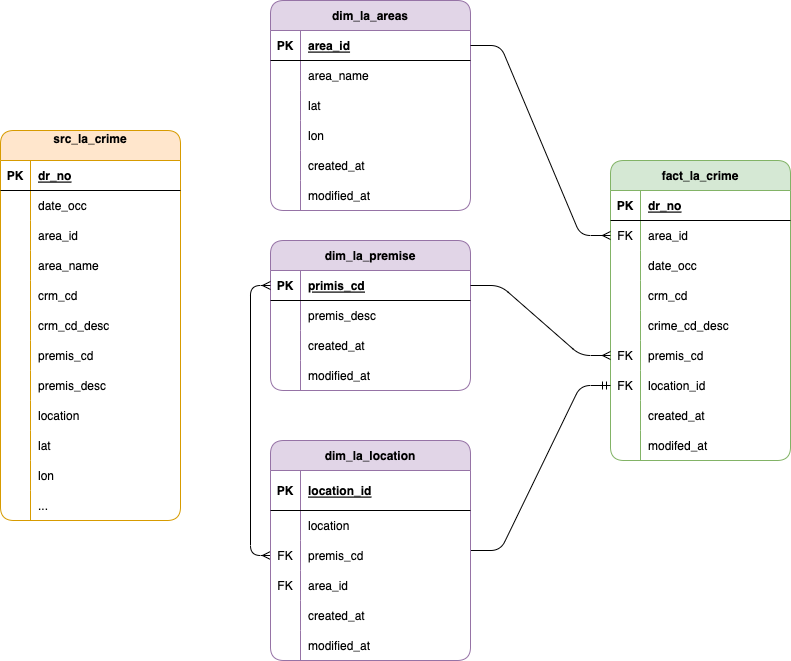
Before: img/LA_CRIME_ERD.png, a diagram exported from draw.io (Drewrwhite/team-week2). Source tidied: cells renumbered, new cells last; positions are measured from the earlier drawing's top-left corner, leaving out a move shared by most shapes.
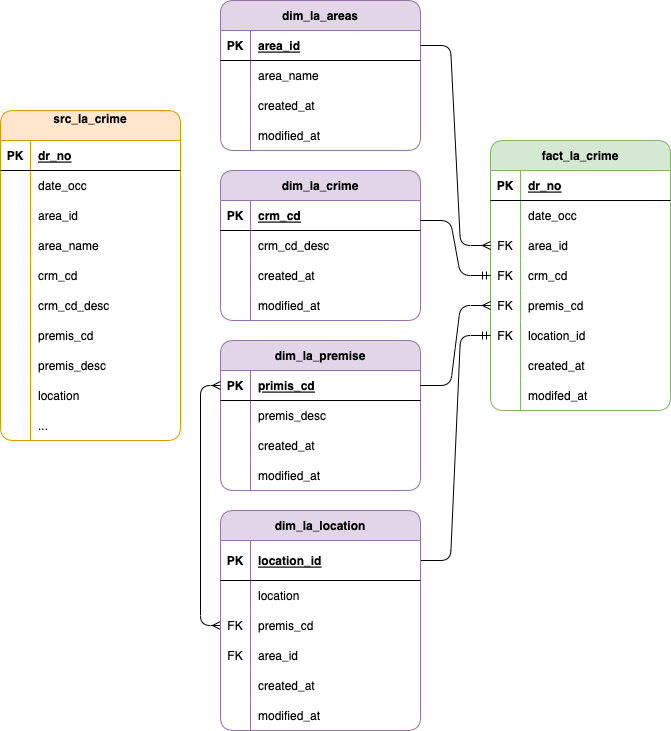
After the commit.

Commit message:
update data model

What changed in the source:
```diff
@@ -3,7 +3,7 @@
     <mxCell id="0" />
     <mxCell id="1" parent="0" />
     <mxCell id="2" value="dim_la_areas" style="shape=table;startSize=30;rowLines=0;fontStyle=1;align=center;fillColor=#e1d5e7;strokeColor=#9673a6;rounded=1;" parent="1" vertex="1">
-      <mxGeometry x="270" width="200" height="210" as="geometry" />
+      <mxGeometry x="270" y="20" width="200" height="150" as="geometry" />
     </mxCell>
     <mxCell id="3" style="shape=tableRow;horizontal=0;startSize=0;swimlaneHead=0;swimlaneBody=0;fillColor=none;points=[[0,0.5],[1,0.5]];portConstraint=eastwest;top=0;left=0;right=0;bottom=1;rounded=1;" parent="2" vertex="1">
       <mxGeometry y="30" width="200" height="30" as="geometry" />
@@ -23,26 +23,8 @@
     <mxCell id="8" value="area_name" style="shape=partialRectangle;fillColor=none;top=0;left=0;bottom=0;right=0;align=left;spacingLeft=6;overflow=hidden;rounded=1;" parent="6" vertex="1">
       <mxGeometry x="30" width="170" height="30" as="geometry" />
     </mxCell>
-    <mxCell id="9" style="shape=tableRow;horizontal=0;startSize=0;swimlaneHead=0;swimlaneBody=0;fillColor=none;top=0;left=0;right=0;bottom=0;rounded=1;" parent="2" vertex="1">
-      <mxGeometry y="90" width="200" height="30" as="geometry" />
-    </mxCell>
-    <mxCell id="10" style="shape=partialRectangle;fillColor=none;top=0;left=0;bottom=0;right=0;overflow=hidden;rounded=1;" parent="9" vertex="1">
-      <mxGeometry width="30" height="30" as="geometry" />
-    </mxCell>
-    <mxCell id="11" value="lat" style="shape=partialRectangle;fillColor=none;top=0;left=0;bottom=0;right=0;align=left;spacingLeft=6;overflow=hidden;rounded=1;" parent="9" vertex="1">
-      <mxGeometry x="30" width="170" height="30" as="geometry" />
-    </mxCell>
-    <mxCell id="12" style="shape=tableRow;horizontal=0;startSize=0;swimlaneHead=0;swimlaneBody=0;fillColor=none;top=0;left=0;right=0;bottom=0;rounded=1;" parent="2" vertex="1">
-      <mxGeometry y="120" width="200" height="30" as="geometry" />
-    </mxCell>
-    <mxCell id="13" style="shape=partialRectangle;fillColor=none;top=0;left=0;bottom=0;right=0;overflow=hidden;rounded=1;" parent="12" vertex="1">
-      <mxGeometry width="30" height="30" as="geometry" />
-    </mxCell>
-    <mxCell id="14" value="lon" style="shape=partialRectangle;fillColor=none;top=0;left=0;bottom=0;right=0;align=left;spacingLeft=6;overflow=hidden;labelBackgroundColor=default;rounded=1;" parent="12" vertex="1">
-      <mxGeometry x="30" width="170" height="30" as="geometry" />
-    </mxCell>
     <mxCell id="15" style="shape=tableRow;horizontal=0;startSize=0;swimlaneHead=0;swimlaneBody=0;fillColor=none;top=0;left=0;right=0;bottom=0;rounded=1;" parent="2" vertex="1">
-      <mxGeometry y="150" width="200" height="30" as="geometry" />
+      <mxGeometry y="90" width="200" height="30" as="geometry" />
     </mxCell>
     <mxCell id="16" style="shape=partialRectangle;fillColor=none;top=0;left=0;bottom=0;right=0;overflow=hidden;rounded=1;" parent="15" vertex="1">
       <mxGeometry width="30" height="30" as="geometry" />
@@ -51,7 +33,7 @@
       <mxGeometry x="30" width="170" height="30" as="geometry" />
     </mxCell>
     <mxCell id="18" style="shape=tableRow;horizontal=0;startSize=0;swimlaneHead=0;swimlaneBody=0;fillColor=none;top=0;left=0;right=0;bottom=0;rounded=1;" parent="2" vertex="1">
-      <mxGeometry y="180" width="200" height="30" as="geometry" />
+      <mxGeometry y="120" width="200" height="30" as="geometry" />
     </mxCell>
     <mxCell id="19" style="shape=partialRectangle;fillColor=none;top=0;left=0;bottom=0;right=0;overflow=hidden;rounded=1;" parent="18" vertex="1">
       <mxGeometry width="30" height="30" as="geometry" />
@@ -60,7 +42,7 @@
       <mxGeometry x="30" width="170" height="30" as="geometry" />
     </mxCell>
     <mxCell id="21" value="fact_la_crime" style="shape=table;startSize=30;rowLines=0;fontStyle=1;align=center;fillColor=#d5e8d4;strokeColor=#82b366;rounded=1;" parent="1" vertex="1">
-      <mxGeometry x="610" y="160" width="180" height="300" as="geometry" />
+      <mxGeometry x="540" y="160" width="180" height="270" as="geometry" />
     </mxCell>
     <mxCell id="22" style="shape=tableRow;horizontal=0;startSize=0;swimlaneHead=0;swimlaneBody=0;fillColor=none;top=0;left=0;right=0;bottom=1;rounded=1;" parent="21" vertex="1">
       <mxGeometry y="30" width="180" height="30" as="geometry" />
@@ -71,8 +53,17 @@
     <mxCell id="24" value="dr_no" style="shape=partialRectangle;fillColor=none;top=0;left=0;bottom=0;right=0;align=left;spacingLeft=6;fontStyle=5;overflow=hidden;rounded=1;" parent="22" vertex="1">
       <mxGeometry x="30" width="150" height="30" as="geometry" />
     </mxCell>
+    <mxCell id="28" style="shape=tableRow;horizontal=0;startSize=0;swimlaneHead=0;swimlaneBody=0;fillColor=none;top=0;left=0;right=0;bottom=0;rounded=1;" parent="21" vertex="1">
+      <mxGeometry y="60" width="180" height="30" as="geometry" />
+    </mxCell>
+    <mxCell id="29" style="shape=partialRectangle;fillColor=none;top=0;left=0;bottom=0;right=0;overflow=hidden;rounded=1;" parent="28" vertex="1">
+      <mxGeometry width="30" height="30" as="geometry" />
+    </mxCell>
+    <mxCell id="30" value="date_occ" style="shape=partialRectangle;fillColor=none;top=0;left=0;bottom=0;right=0;align=left;spacingLeft=6;overflow=hidden;rounded=1;" parent="28" vertex="1">
+      <mxGeometry x="30" width="150" height="30" as="geometry" />
+    </mxCell>
     <mxCell id="25" style="shape=tableRow;horizontal=0;startSize=0;swimlaneHead=0;swimlaneBody=0;fillColor=none;points=[[0,0.5],[1,0.5]];portConstraint=eastwest;top=0;left=0;right=0;bottom=0;rounded=1;" parent="21" vertex="1">
-      <mxGeometry y="60" width="180" height="30" as="geometry" />
+      <mxGeometry y="90" width="180" height="30" as="geometry" />
     </mxCell>
     <mxCell id="26" value="FK" style="shape=partialRectangle;fillColor=none;top=0;left=0;bottom=0;right=0;overflow=hidden;rounded=1;" parent="25" vertex="1">
       <mxGeometry width="30" height="30" as="geometry" />
@@ -80,35 +71,17 @@
     <mxCell id="27" value="area_id" style="shape=partialRectangle;fillColor=none;top=0;left=0;bottom=0;right=0;align=left;spacingLeft=6;overflow=hidden;rounded=1;" parent="25" vertex="1">
       <mxGeometry x="30" width="150" height="30" as="geometry" />
     </mxCell>
-    <mxCell id="28" style="shape=tableRow;horizontal=0;startSize=0;swimlaneHead=0;swimlaneBody=0;fillColor=none;top=0;left=0;right=0;bottom=0;rounded=1;" parent="21" vertex="1">
-      <mxGeometry y="90" width="180" height="30" as="geometry" />
-    </mxCell>
-    <mxCell id="29" style="shape=partialRectangle;fillColor=none;top=0;left=0;bottom=0;right=0;overflow=hidden;rounded=1;" parent="28" vertex="1">
-      <mxGeometry width="30" height="30" as="geometry" />
-    </mxCell>
-    <mxCell id="30" value="date_occ" style="shape=partialRectangle;fillColor=none;top=0;left=0;bottom=0;right=0;align=left;spacingLeft=6;overflow=hidden;rounded=1;" parent="28" vertex="1">
-      <mxGeometry x="30" width="150" height="30" as="geometry" />
-    </mxCell>
     <mxCell id="31" style="shape=tableRow;horizontal=0;startSize=0;swimlaneHead=0;swimlaneBody=0;fillColor=none;points=[[0,0.5],[1,0.5]];portConstraint=eastwest;top=0;left=0;right=0;bottom=0;rounded=1;" parent="21" vertex="1">
       <mxGeometry y="120" width="180" height="30" as="geometry" />
     </mxCell>
-    <mxCell id="32" style="shape=partialRectangle;fillColor=none;top=0;left=0;bottom=0;right=0;overflow=hidden;rounded=1;" parent="31" vertex="1">
+    <mxCell id="32" value="FK" style="shape=partialRectangle;fillColor=none;top=0;left=0;bottom=0;right=0;overflow=hidden;rounded=1;" parent="31" vertex="1">
       <mxGeometry width="30" height="30" as="geometry" />
     </mxCell>
     <mxCell id="33" value="crm_cd" style="shape=partialRectangle;fillColor=none;top=0;left=0;bottom=0;right=0;align=left;spacingLeft=6;overflow=hidden;rounded=1;" parent="31" vertex="1">
       <mxGeometry x="30" width="150" height="30" as="geometry" />
     </mxCell>
-    <mxCell id="34" style="shape=tableRow;horizontal=0;startSize=0;swimlaneHead=0;swimlaneBody=0;fillColor=none;top=0;left=0;right=0;bottom=0;rounded=1;" parent="21" vertex="1">
-      <mxGeometry y="150" width="180" height="30" as="geometry" />
-    </mxCell>
-    <mxCell id="35" style="shape=partialRectangle;fillColor=none;top=0;left=0;bottom=0;right=0;overflow=hidden;rounded=1;" parent="34" vertex="1">
-      <mxGeometry width="30" height="30" as="geometry" />
-    </mxCell>
-    <mxCell id="36" value="crime_cd_desc" style="shape=partialRectangle;fillColor=none;top=0;left=0;bottom=0;right=0;align=left;spacingLeft=6;overflow=hidden;rounded=1;" parent="34" vertex="1">
-      <mxGeometry x="30" width="150" height="30" as="geometry" />
-    </mxCell>
     <mxCell id="37" style="shape=tableRow;horizontal=0;startSize=0;swimlaneHead=0;swimlaneBody=0;fillColor=none;points=[[0,0.5],[1,0.5]];portConstraint=eastwest;top=0;left=0;right=0;bottom=0;rounded=1;" parent="21" vertex="1">
-      <mxGeometry y="180" width="180" height="30" as="geometry" />
+      <mxGeometry y="150" width="180" height="30" as="geometry" />
     </mxCell>
     <mxCell id="38" value="FK" style="shape=partialRectangle;fillColor=none;top=0;left=0;bottom=0;right=0;overflow=hidden;rounded=1;" parent="37" vertex="1">
       <mxGeometry width="30" height="30" as="geometry" />
@@ -117,7 +90,7 @@
       <mxGeometry x="30" width="150" height="30" as="geometry" />
     </mxCell>
     <mxCell id="40" style="shape=tableRow;horizontal=0;startSize=0;swimlaneHead=0;swimlaneBody=0;fillColor=none;points=[[0,0.5],[1,0.5]];portConstraint=eastwest;top=0;left=0;right=0;bottom=0;rounded=1;" parent="21" vertex="1">
-      <mxGeometry y="210" width="180" height="30" as="geometry" />
+      <mxGeometry y="180" width="180" height="30" as="geometry" />
     </mxCell>
     <mxCell id="41" value="FK" style="shape=partialRectangle;fillColor=none;top=0;left=0;bottom=0;right=0;overflow=hidden;rounded=1;" parent="40" vertex="1">
       <mxGeometry width="30" height="30" as="geometry" />
@@ -126,7 +99,7 @@
       <mxGeometry x="30" width="150" height="30" as="geometry" />
     </mxCell>
     <mxCell id="43" style="shape=tableRow;horizontal=0;startSize=0;swimlaneHead=0;swimlaneBody=0;fillColor=none;top=0;left=0;right=0;bottom=0;rounded=1;" parent="21" vertex="1">
-      <mxGeometry y="240" width="180" height="30" as="geometry" />
+      <mxGeometry y="210" width="180" height="30" as="geometry" />
     </mxCell>
     <mxCell id="44" style="shape=partialRectangle;fillColor=none;top=0;left=0;bottom=0;right=0;overflow=hidden;rounded=1;" parent="43" vertex="1">
       <mxGeometry width="30" height="30" as="geometry" />
@@ -135,7 +108,7 @@
       <mxGeometry x="30" width="150" height="30" as="geometry" />
     </mxCell>
     <mxCell id="46" style="shape=tableRow;horizontal=0;startSize=0;swimlaneHead=0;swimlaneBody=0;fillColor=none;top=0;left=0;right=0;bottom=0;rounded=1;" parent="21" vertex="1">
-      <mxGeometry y="270" width="180" height="30" as="geometry" />
+      <mxGeometry y="240" width="180" height="30" as="geometry" />
     </mxCell>
     <mxCell id="47" style="shape=partialRectangle;fillColor=none;top=0;left=0;bottom=0;right=0;overflow=hidden;rounded=1;" parent="46" vertex="1">
       <mxGeometry width="30" height="30" as="geometry" />
@@ -144,7 +117,7 @@
       <mxGeometry x="30" width="150" height="30" as="geometry" />
     </mxCell>
     <mxCell id="49" value="dim_la_premise" style="shape=table;startSize=30;rowLines=0;fontStyle=1;align=center;fillColor=#e1d5e7;strokeColor=#9673a6;rounded=1;" parent="1" vertex="1">
-      <mxGeometry x="270" y="240" width="200" height="150" as="geometry" />
+      <mxGeometry x="270" y="360" width="200" height="150" as="geometry" />
     </mxCell>
     <mxCell id="50" style="shape=tableRow;horizontal=0;startSize=0;swimlaneHead=0;swimlaneBody=0;fillColor=none;points=[[0,0.5],[1,0.5]];portConstraint=eastwest;top=0;left=0;right=0;bottom=1;rounded=1;" parent="49" vertex="1">
       <mxGeometry y="30" width="200" height="30" as="geometry" />
@@ -185,7 +158,7 @@
     <mxCell id="62" style="edgeStyle=entityRelationEdgeStyle;fontSize=12;html=1;endArrow=ERmany;endFill=0;rounded=1;entryX=0;entryY=0.5;entryDx=0;entryDy=0;" parent="1" edge="1" source="50" target="37">
       <mxGeometry relative="1" as="geometry" />
     </mxCell>
-    <mxCell id="63" style="edgeStyle=entityRelationEdgeStyle;fontSize=12;html=1;endArrow=ERmandOne;startArrow=none;rounded=1;entryX=0;entryY=0.5;entryDx=0;entryDy=0;" parent="1" edge="1" source="66" target="40">
+    <mxCell id="63" style="edgeStyle=entityRelationEdgeStyle;fontSize=12;html=1;endArrow=ERmandOne;startArrow=none;rounded=1;entryX=0;entryY=0.5;entryDx=0;entryDy=0;exitX=1;exitY=0.5;exitDx=0;exitDy=0;" parent="1" edge="1" source="67" target="40">
       <mxGeometry relative="1" as="geometry" />
     </mxCell>
     <mxCell id="64" style="edgeStyle=elbowEdgeStyle;fontSize=12;html=1;endArrow=ERmany;startArrow=ERmany;rounded=1;entryX=0;entryY=0.5;entryDx=0;entryDy=0;exitX=0;exitY=0.5;exitDx=0;exitDy=0;" parent="1" edge="1" source="73" target="50">
@@ -199,7 +172,7 @@
       <mxGeometry relative="1" as="geometry" />
     </mxCell>
     <mxCell id="66" value="dim_la_location" style="shape=table;startSize=30;rowLines=0;fontStyle=1;align=center;fillColor=#e1d5e7;strokeColor=#9673a6;rounded=1;" parent="1" vertex="1">
-      <mxGeometry x="270" y="440" width="200" height="220" as="geometry" />
+      <mxGeometry x="270" y="530" width="200" height="220" as="geometry" />
     </mxCell>
     <mxCell id="67" style="shape=tableRow;horizontal=0;startSize=0;swimlaneHead=0;swimlaneBody=0;fillColor=none;points=[[0,0.5],[1,0.5]];portConstraint=eastwest;top=0;left=0;right=0;bottom=1;rounded=1;" parent="66" vertex="1">
       <mxGeometry y="30" width="200" height="40" as="geometry" />
@@ -256,7 +229,7 @@
       <mxGeometry x="30" width="170" height="30" as="geometry" />
     </mxCell>
     <mxCell id="85" value="src_la_crime&#10;" style="shape=table;startSize=30;rowLines=0;fontStyle=1;align=center;fillColor=#ffe6cc;strokeColor=#d79b00;rounded=1;" parent="1" vertex="1">
-      <mxGeometry y="130" width="180" height="390" as="geometry" />
+      <mxGeometry x="50" y="130" width="180" height="330" as="geometry" />
     </mxCell>
     <mxCell id="86" style="shape=tableRow;horizontal=0;startSize=0;swimlaneHead=0;swimlaneBody=0;fillColor=none;top=0;left=0;right=0;bottom=1;rounded=1;" parent="85" vertex="1">
       <mxGeometry y="30" width="180" height="30" as="geometry" />
@@ -339,26 +312,8 @@
     <mxCell id="112" value="location" style="shape=partialRectangle;fillColor=none;top=0;left=0;bottom=0;right=0;align=left;spacingLeft=6;overflow=hidden;rounded=1;" parent="110" vertex="1">
       <mxGeometry x="30" width="150" height="30" as="geometry" />
     </mxCell>
-    <mxCell id="113" style="shape=tableRow;horizontal=0;startSize=0;swimlaneHead=0;swimlaneBody=0;fillColor=none;top=0;left=0;right=0;bottom=0;rounded=1;" parent="85" vertex="1">
-      <mxGeometry y="300" width="180" height="30" as="geometry" />
-    </mxCell>
-    <mxCell id="114" style="shape=partialRectangle;fillColor=none;top=0;left=0;bottom=0;right=0;overflow=hidden;rounded=1;" parent="113" vertex="1">
-      <mxGeometry width="30" height="30" as="geometry" />
-    </mxCell>
-    <mxCell id="115" value="lat" style="shape=partialRectangle;fillColor=none;top=0;left=0;bottom=0;right=0;align=left;spacingLeft=6;overflow=hidden;rounded=1;" parent="113" vertex="1">
-      <mxGeometry x="30" width="150" height="30" as="geometry" />
-    </mxCell>
-    <mxCell id="116" style="shape=tableRow;horizontal=0;startSize=0;swimlaneHead=0;swimlaneBody=0;fillColor=none;top=0;left=0;right=0;bottom=0;rounded=1;" parent="85" vertex="1">
-      <mxGeometry y="330" width="180" height="30" as="geometry" />
-    </mxCell>
-    <mxCell id="117" style="shape=partialRectangle;fillColor=none;top=0;left=0;bottom=0;right=0;overflow=hidden;rounded=1;" parent="116" vertex="1">
-      <mxGeometry width="30" height="30" as="geometry" />
-    </mxCell>
-    <mxCell id="118" value="lon" style="shape=partialRectangle;fillColor=none;top=0;left=0;bottom=0;right=0;align=left;spacingLeft=6;overflow=hidden;rounded=1;" parent="116" vertex="1">
-      <mxGeometry x="30" width="150" height="30" as="geometry" />
-    </mxCell>
     <mxCell id="119" style="shape=tableRow;horizontal=0;startSize=0;swimlaneHead=0;swimlaneBody=0;fillColor=none;top=0;left=0;right=0;bottom=0;rounded=1;" parent="85" vertex="1">
-      <mxGeometry y="360" width="180" height="30" as="geometry" />
+      <mxGeometry y="300" width="180" height="30" as="geometry" />
     </mxCell>
     <mxCell id="120" style="shape=partialRectangle;fillColor=none;top=0;left=0;bottom=0;right=0;overflow=hidden;rounded=1;" parent="119" vertex="1">
       <mxGeometry width="30" height="30" as="geometry" />
@@ -366,5 +321,49 @@
     <mxCell id="121" value="..." style="shape=partialRectangle;fillColor=none;top=0;left=0;bottom=0;right=0;align=left;spacingLeft=6;overflow=hidden;rounded=1;" parent="119" vertex="1">
       <mxGeometry x="30" width="150" height="30" as="geometry" />
     </mxCell>
+    <mxCell id="122" value="dim_la_crime" style="shape=table;startSize=30;rowLines=0;fontStyle=1;align=center;rounded=1;fillColor=#e1d5e7;strokeColor=#9673a6;" parent="1" vertex="1">
+      <mxGeometry x="270" y="190" width="200" height="150" as="geometry" />
+    </mxCell>
+    <mxCell id="123" style="shape=tableRow;horizontal=0;startSize=0;swimlaneHead=0;swimlaneBody=0;fillColor=none;top=0;left=0;right=0;bottom=1;rounded=1;" parent="122" vertex="1">
+      <mxGeometry y="30" width="200" height="30" as="geometry" />
+    </mxCell>
+    <mxCell id="124" value="PK" style="shape=partialRectangle;fillColor=none;top=0;left=0;bottom=0;right=0;fontStyle=1;overflow=hidden;rounded=1;" parent="123" vertex="1">
+      <mxGeometry width="30" height="30" as="geometry" />
+    </mxCell>
+    <mxCell id="125" value="crm_cd" style="shape=partialRectangle;fillColor=none;top=0;left=0;bottom=0;right=0;align=left;spacingLeft=6;fontStyle=5;overflow=hidden;rounded=1;" parent="123" vertex="1">
+      <mxGeometry x="30" width="170" height="30" as="geometry" />
+    </mxCell>
+    <mxCell id="126" style="shape=tableRow;horizontal=0;startSize=0;swimlaneHead=0;swimlaneBody=0;fillColor=none;top=0;left=0;right=0;bottom=0;rounded=1;" parent="122" vertex="1">
+      <mxGeometry y="60" width="200" height="30" as="geometry" />
+    </mxCell>
+    <mxCell id="127" style="shape=partialRectangle;fillColor=none;top=0;left=0;bottom=0;right=0;overflow=hidden;rounded=1;" parent="126" vertex="1">
+      <mxGeometry width="30" height="30" as="geometry" />
+    </mxCell>
+    <mxCell id="128" value="crm_cd_desc" style="shape=partialRectangle;fillColor=none;top=0;left=0;bottom=0;right=0;align=left;spacingLeft=6;overflow=hidden;rounded=1;" parent="126" vertex="1">
+      <mxGeometry x="30" width="170" height="30" as="geometry" />
+    </mxCell>
+    <mxCell id="9" style="shape=tableRow;horizontal=0;startSize=0;swimlaneHead=0;swimlaneBody=0;fillColor=none;top=0;left=0;right=0;bottom=0;rounded=1;" parent="122" vertex="1">
+      <mxGeometry y="90" width="200" height="30" as="geometry" />
+    </mxCell>
+    <mxCell id="129" style="shape=partialRectangle;fillColor=none;top=0;left=0;bottom=0;right=0;overflow=hidden;rounded=1;" parent="9" vertex="1">
+      <mxGeometry width="30" height="30" as="geometry" />
+    </mxCell>
+    <mxCell id="130" value="created_at" style="shape=partialRectangle;fillColor=none;top=0;left=0;bottom=0;right=0;align=left;spacingLeft=6;overflow=hidden;rounded=1;" parent="9" vertex="1">
+      <mxGeometry x="30" width="170" height="30" as="geometry" />
+    </mxCell>
+    <mxCell id="12" style="shape=tableRow;horizontal=0;startSize=0;swimlaneHead=0;swimlaneBody=0;fillColor=none;top=0;left=0;right=0;bottom=0;rounded=1;" parent="122" vertex="1">
+      <mxGeometry y="120" width="200" height="30" as="geometry" />
+    </mxCell>
+    <mxCell id="131" style="shape=partialRectangle;fillColor=none;top=0;left=0;bottom=0;right=0;overflow=hidden;rounded=1;" parent="12" vertex="1">
+      <mxGeometry width="30" height="30" as="geometry" />
+    </mxCell>
+    <mxCell id="132" value="modified_at" style="shape=partialRectangle;fillColor=none;top=0;left=0;bottom=0;right=0;align=left;spacingLeft=6;overflow=hidden;rounded=1;" parent="12" vertex="1">
+      <mxGeometry x="30" width="170" height="30" as="geometry" />
+    </mxCell>
+    <mxCell id="133" style="edgeStyle=entityRelationEdgeStyle;fontSize=12;html=1;endArrow=ERmandOne;rounded=1;entryX=0;entryY=0.5;entryDx=0;entryDy=0;" parent="1" edge="1" target="31">
+      <mxGeometry relative="1" as="geometry">
+        <mxPoint x="470" y="240" as="sourcePoint" />
+      </mxGeometry>
+    </mxCell>
   </root>
 </mxGraphModel>
```
